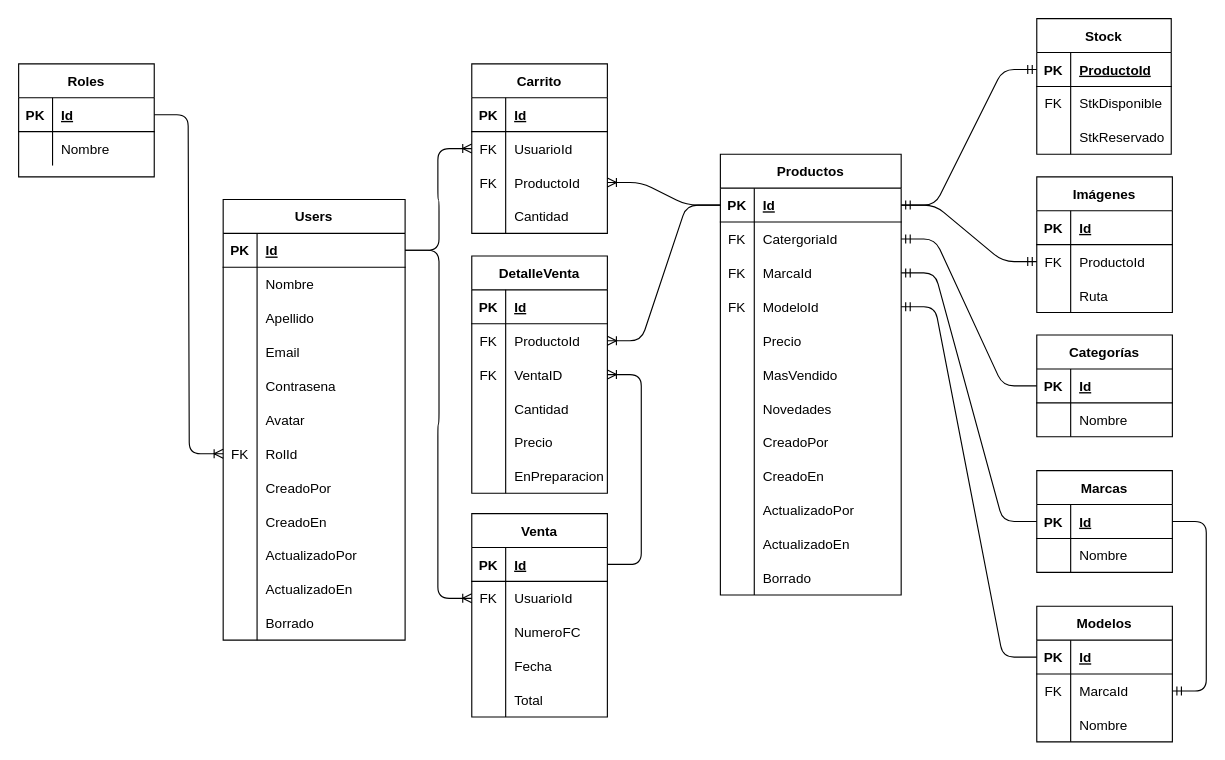
1120CDFSNCN29ARED/grupo-11 keeps this draw.io diagram as Marketplace/database/DiagramaBD.drawio. Above is the earlier version. Source tidied: cells renumbered, new cells numbered last; positions are measured from the earlier drawing's top-left corner, leaving out a move shared by most shapes. Both pictures are drawn from the tidied source at 113%, with x=0, y=0 at pixel (18, 18).
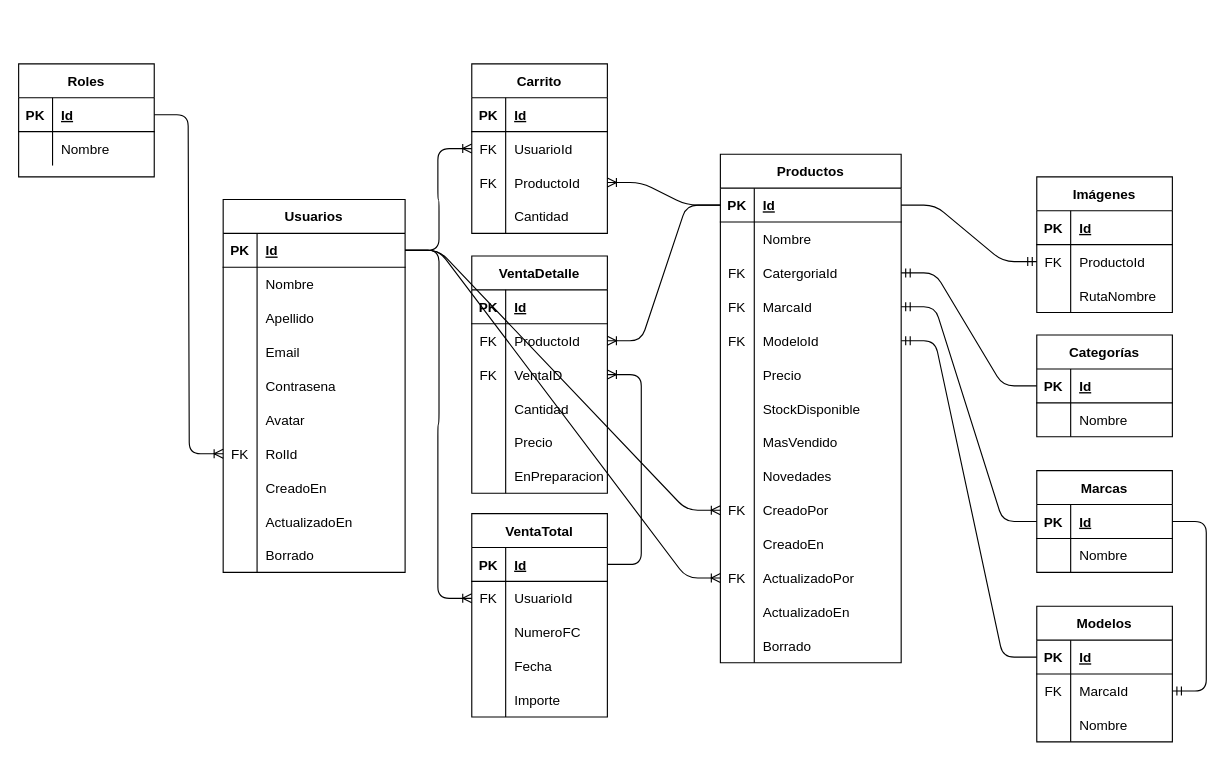
The same diagram, later.

The change refers to these unchanged cells:
```xml
<mxCell id="3" style="shape=partialRectangle;fillColor=none;top=0;left=0;bottom=1;right=0;points=[[0,0.5],[1,0.5]];portConstraint=eastwest;" parent="2" vertex="1">
  <mxGeometry y="30" width="161" height="30" as="geometry" />
</mxCell>
<mxCell id="47" style="shape=partialRectangle;fillColor=none;top=0;left=0;bottom=1;right=0;points=[[0,0.5],[1,0.5]];portConstraint=eastwest;" parent="46" vertex="1">
  <mxGeometry y="30" width="160" height="30" as="geometry" />
</mxCell>
<mxCell id="90" style="shape=partialRectangle;fillColor=none;top=0;left=0;bottom=0;right=0;" parent="83" vertex="1">
  <mxGeometry y="90" width="120" height="30" as="geometry" />
</mxCell>
<mxCell id="136" style="shape=partialRectangle;fillColor=none;top=0;left=0;bottom=0;right=0;" parent="123" vertex="1">
  <mxGeometry y="150" width="120" height="30" as="geometry" />
</mxCell>
```

The edit, as a diff of the source:
```diff
@@
-    <mxCell id="2" value="Users" style="shape=table;startSize=30;childLayout=tableLayout;rowLines=0;fontStyle=1;align=center;" parent="1" vertex="1">
-      <mxGeometry x="181" y="160" width="161" height="390" as="geometry" />
+    <mxCell id="2" value="Usuarios" style="shape=table;startSize=30;childLayout=tableLayout;rowLines=0;fontStyle=1;align=center;" parent="1" vertex="1">
+      <mxGeometry x="181" y="160" width="161" height="330" as="geometry" />
     </mxCell>
@@
-    <mxCell id="24" style="shape=partialRectangle;fillColor=none;top=0;left=0;bottom=0;right=0;" parent="2" vertex="1">
-      <mxGeometry y="240" width="161" height="30" as="geometry" />
-    </mxCell>
-    <mxCell id="25" style="shape=partialRectangle;fillColor=none;top=0;left=0;bottom=0;right=0;overflow=hidden;" parent="24" vertex="1">
-      <mxGeometry width="30" height="30" as="geometry" />
-    </mxCell>
-    <mxCell id="26" value="CreadoPor" style="shape=partialRectangle;fillColor=none;top=0;left=0;bottom=0;right=0;align=left;spacingLeft=6;overflow=hidden;" parent="24" vertex="1">
-      <mxGeometry x="30" width="131" height="30" as="geometry" />
-    </mxCell>
     <mxCell id="27" style="shape=partialRectangle;fillColor=none;top=0;left=0;bottom=0;right=0;" parent="2" vertex="1">
-      <mxGeometry y="270" width="161" height="30" as="geometry" />
+      <mxGeometry y="240" width="161" height="30" as="geometry" />
     </mxCell>
@@
-    <mxCell id="30" style="shape=partialRectangle;fillColor=none;top=0;left=0;bottom=0;right=0;" parent="2" vertex="1">
-      <mxGeometry y="300" width="161" height="30" as="geometry" />
-    </mxCell>
-    <mxCell id="31" style="shape=partialRectangle;fillColor=none;top=0;left=0;bottom=0;right=0;overflow=hidden;" parent="30" vertex="1">
-      <mxGeometry width="30" height="30" as="geometry" />
-    </mxCell>
-    <mxCell id="32" value="ActualizadoPor" style="shape=partialRectangle;fillColor=none;top=0;left=0;bottom=0;right=0;align=left;spacingLeft=6;overflow=hidden;" parent="30" vertex="1">
-      <mxGeometry x="30" width="131" height="30" as="geometry" />
-    </mxCell>
     <mxCell id="33" style="shape=partialRectangle;fillColor=none;top=0;left=0;bottom=0;right=0;" parent="2" vertex="1">
-      <mxGeometry y="330" width="161" height="30" as="geometry" />
+      <mxGeometry y="270" width="161" height="30" as="geometry" />
     </mxCell>
@@
     <mxCell id="36" style="shape=partialRectangle;fillColor=none;top=0;left=0;bottom=0;right=0;" parent="2" vertex="1">
-      <mxGeometry y="360" width="161" height="30" as="geometry" />
+      <mxGeometry y="300" width="161" height="30" as="geometry" />
     </mxCell>
@@
     <mxCell id="46" value="Productos" style="shape=table;startSize=30;childLayout=tableLayout;rowLines=0;fontStyle=1;align=center;" parent="1" vertex="1">
-      <mxGeometry x="621" y="120" width="160" height="390" as="geometry" />
+      <mxGeometry x="621" y="120" width="160" height="450" as="geometry" />
     </mxCell>
@@
+    <mxCell id="187" style="shape=partialRectangle;fillColor=none;top=0;left=0;bottom=0;right=0;" parent="46" vertex="1">
+      <mxGeometry y="60" width="160" height="30" as="geometry" />
+    </mxCell>
+    <mxCell id="188" style="shape=partialRectangle;fillColor=none;top=0;left=0;bottom=0;right=0;overflow=hidden;" parent="187" vertex="1">
+      <mxGeometry width="30" height="30" as="geometry" />
+    </mxCell>
+    <mxCell id="189" value="Nombre" style="shape=partialRectangle;fillColor=none;top=0;left=0;bottom=0;right=0;align=left;spacingLeft=6;overflow=hidden;" parent="187" vertex="1">
+      <mxGeometry x="30" width="130" height="30" as="geometry" />
+    </mxCell>
     <mxCell id="50" style="shape=partialRectangle;fillColor=none;top=0;left=0;bottom=0;right=0;points=[[0,0.5],[1,0.5]];portConstraint=eastwest;" parent="46" vertex="1">
-      <mxGeometry y="60" width="160" height="30" as="geometry" />
+      <mxGeometry y="90" width="160" height="30" as="geometry" />
     </mxCell>
@@
     <mxCell id="53" style="shape=partialRectangle;fillColor=none;top=0;left=0;bottom=0;right=0;points=[[0,0.5],[1,0.5]];portConstraint=eastwest;" parent="46" vertex="1">
-      <mxGeometry y="90" width="160" height="30" as="geometry" />
+      <mxGeometry y="120" width="160" height="30" as="geometry" />
     </mxCell>
@@
     <mxCell id="56" style="shape=partialRectangle;fillColor=none;top=0;left=0;bottom=0;right=0;points=[[0,0.5],[1,0.5]];portConstraint=eastwest;" parent="46" vertex="1">
-      <mxGeometry y="120" width="160" height="30" as="geometry" />
+      <mxGeometry y="150" width="160" height="30" as="geometry" />
     </mxCell>
@@
     <mxCell id="59" style="shape=partialRectangle;fillColor=none;top=0;left=0;bottom=0;right=0;" parent="46" vertex="1">
-      <mxGeometry y="150" width="160" height="30" as="geometry" />
+      <mxGeometry y="180" width="160" height="30" as="geometry" />
     </mxCell>
@@
+    <mxCell id="190" style="shape=partialRectangle;fillColor=none;top=0;left=0;bottom=0;right=0;" parent="46" vertex="1">
+      <mxGeometry y="210" width="160" height="30" as="geometry" />
+    </mxCell>
+    <mxCell id="191" style="shape=partialRectangle;fillColor=none;top=0;left=0;bottom=0;right=0;overflow=hidden;" parent="190" vertex="1">
+      <mxGeometry width="30" height="30" as="geometry" />
+    </mxCell>
+    <mxCell id="192" value="StockDisponible" style="shape=partialRectangle;fillColor=none;top=0;left=0;bottom=0;right=0;align=left;spacingLeft=6;overflow=hidden;" parent="190" vertex="1">
+      <mxGeometry x="30" width="130" height="30" as="geometry" />
+    </mxCell>
     <mxCell id="62" style="shape=partialRectangle;fillColor=none;top=0;left=0;bottom=0;right=0;" parent="46" vertex="1">
-      <mxGeometry y="180" width="160" height="30" as="geometry" />
+      <mxGeometry y="240" width="160" height="30" as="geometry" />
     </mxCell>
@@
     <mxCell id="65" style="shape=partialRectangle;fillColor=none;top=0;left=0;bottom=0;right=0;" parent="46" vertex="1">
-      <mxGeometry y="210" width="160" height="30" as="geometry" />
+      <mxGeometry y="270" width="160" height="30" as="geometry" />
     </mxCell>
@@
     <mxCell id="68" style="shape=partialRectangle;fillColor=none;top=0;left=0;bottom=0;right=0;points=[[0,0.5],[1,0.5]];portConstraint=eastwest;" parent="46" vertex="1">
-      <mxGeometry y="240" width="160" height="30" as="geometry" />
+      <mxGeometry y="300" width="160" height="30" as="geometry" />
     </mxCell>
-    <mxCell id="69" style="shape=partialRectangle;fillColor=none;top=0;left=0;bottom=0;right=0;overflow=hidden;" parent="68" vertex="1">
+    <mxCell id="69" value="FK" style="shape=partialRectangle;fillColor=none;top=0;left=0;bottom=0;right=0;overflow=hidden;" parent="68" vertex="1">
       <mxGeometry width="30" height="30" as="geometry" />
     </mxCell>
@@
     <mxCell id="71" style="shape=partialRectangle;fillColor=none;top=0;left=0;bottom=0;right=0;" parent="46" vertex="1">
-      <mxGeometry y="270" width="160" height="30" as="geometry" />
+      <mxGeometry y="330" width="160" height="30" as="geometry" />
     </mxCell>
@@
     <mxCell id="74" style="shape=partialRectangle;fillColor=none;top=0;left=0;bottom=0;right=0;points=[[0,0.5],[1,0.5]];portConstraint=eastwest;" parent="46" vertex="1">
-      <mxGeometry y="300" width="160" height="30" as="geometry" />
+      <mxGeometry y="360" width="160" height="30" as="geometry" />
     </mxCell>
-    <mxCell id="75" style="shape=partialRectangle;fillColor=none;top=0;left=0;bottom=0;right=0;overflow=hidden;" parent="74" vertex="1">
+    <mxCell id="75" value="FK" style="shape=partialRectangle;fillColor=none;top=0;left=0;bottom=0;right=0;overflow=hidden;" parent="74" vertex="1">
       <mxGeometry width="30" height="30" as="geometry" />
     </mxCell>
@@
     <mxCell id="77" style="shape=partialRectangle;fillColor=none;top=0;left=0;bottom=0;right=0;" parent="46" vertex="1">
-      <mxGeometry y="330" width="160" height="30" as="geometry" />
+      <mxGeometry y="390" width="160" height="30" as="geometry" />
     </mxCell>
@@
     <mxCell id="80" style="shape=partialRectangle;fillColor=none;top=0;left=0;bottom=0;right=0;" parent="46" vertex="1">
-      <mxGeometry y="360" width="160" height="30" as="geometry" />
+      <mxGeometry y="420" width="160" height="30" as="geometry" />
     </mxCell>
@@
-    <mxCell id="92" value="Ruta" style="shape=partialRectangle;fillColor=none;top=0;left=0;bottom=0;right=0;align=left;spacingLeft=6;overflow=hidden;" parent="90" vertex="1">
+    <mxCell id="92" value="RutaNombre" style="shape=partialRectangle;fillColor=none;top=0;left=0;bottom=0;right=0;align=left;spacingLeft=6;overflow=hidden;" parent="90" vertex="1">
       <mxGeometry x="30" width="90" height="30" as="geometry" />
     </mxCell>
@@
-    <mxCell id="123" value="Venta" style="shape=table;startSize=30;childLayout=tableLayout;rowLines=0;fontStyle=1;align=center;" parent="1" vertex="1">
+    <mxCell id="123" value="VentaTotal" style="shape=table;startSize=30;childLayout=tableLayout;rowLines=0;fontStyle=1;align=center;" parent="1" vertex="1">
       <mxGeometry x="401" y="438" width="120" height="180" as="geometry" />
     </mxCell>
@@
-    <mxCell id="138" value="Total" style="shape=partialRectangle;fillColor=none;top=0;left=0;bottom=0;right=0;align=left;spacingLeft=6;overflow=hidden;" parent="136" vertex="1">
+    <mxCell id="138" value="Importe" style="shape=partialRectangle;fillColor=none;top=0;left=0;bottom=0;right=0;align=left;spacingLeft=6;overflow=hidden;" parent="136" vertex="1">
       <mxGeometry x="30" width="90" height="30" as="geometry" />
     </mxCell>
-    <mxCell id="139" value="DetalleVenta" style="shape=table;startSize=30;childLayout=tableLayout;rowLines=0;fontStyle=1;align=center;" parent="1" vertex="1">
+    <mxCell id="139" value="VentaDetalle" style="shape=table;startSize=30;childLayout=tableLayout;rowLines=0;fontStyle=1;align=center;" parent="1" vertex="1">
       <mxGeometry x="401" y="210" width="120" height="210" as="geometry" />
     </mxCell>
@@
-    <mxCell id="176" value="Stock" style="shape=table;startSize=30;childLayout=tableLayout;rowLines=0;fontStyle=1;align=center;" parent="1" vertex="1">
-      <mxGeometry x="901" width="119" height="120" as="geometry" />
-    </mxCell>
-    <mxCell id="177" style="shape=partialRectangle;fillColor=none;top=0;left=0;bottom=1;right=0;points=[[0,0.5],[1,0.5]];portConstraint=eastwest;" parent="176" vertex="1">
-      <mxGeometry y="30" width="119" height="30" as="geometry" />
-    </mxCell>
-    <mxCell id="178" value="PK" style="shape=partialRectangle;fillColor=none;top=0;left=0;bottom=0;right=0;fontStyle=1;overflow=hidden;" parent="177" vertex="1">
-      <mxGeometry width="30" height="30" as="geometry" />
-    </mxCell>
-    <mxCell id="179" value="ProductoId" style="shape=partialRectangle;fillColor=none;top=0;left=0;bottom=0;right=0;align=left;spacingLeft=6;fontStyle=5;overflow=hidden;" parent="177" vertex="1">
-      <mxGeometry x="30" width="89" height="30" as="geometry" />
-    </mxCell>
-    <mxCell id="180" style="shape=partialRectangle;fillColor=none;top=0;left=0;bottom=0;right=0;" parent="176" vertex="1">
-      <mxGeometry y="60" width="119" height="30" as="geometry" />
-    </mxCell>
-    <mxCell id="181" value="FK" style="shape=partialRectangle;fillColor=none;top=0;left=0;bottom=0;right=0;overflow=hidden;" parent="180" vertex="1">
-      <mxGeometry width="30" height="30" as="geometry" />
-    </mxCell>
-    <mxCell id="182" value="StkDisponible" style="shape=partialRectangle;fillColor=none;top=0;left=0;bottom=0;right=0;align=left;spacingLeft=6;overflow=hidden;" parent="180" vertex="1">
-      <mxGeometry x="30" width="89" height="30" as="geometry" />
-    </mxCell>
-    <mxCell id="183" style="shape=partialRectangle;fillColor=none;top=0;left=0;bottom=0;right=0;" parent="176" vertex="1">
-      <mxGeometry y="90" width="119" height="30" as="geometry" />
-    </mxCell>
-    <mxCell id="184" style="shape=partialRectangle;fillColor=none;top=0;left=0;bottom=0;right=0;overflow=hidden;" parent="183" vertex="1">
-      <mxGeometry width="30" height="30" as="geometry" />
-    </mxCell>
-    <mxCell id="185" value="StkReservado" style="shape=partialRectangle;fillColor=none;top=0;left=0;bottom=0;right=0;align=left;spacingLeft=6;overflow=hidden;" parent="183" vertex="1">
-      <mxGeometry x="30" width="89" height="30" as="geometry" />
-    </mxCell>
-    <mxCell id="186" style="edgeStyle=entityRelationEdgeStyle;fontSize=12;html=1;endArrow=ERmandOne;startArrow=ERmandOne;" parent="1" edge="1" source="177" target="47">
-      <mxGeometry relative="1" as="geometry" />
-    </mxCell>
+    <mxCell id="193" style="edgeStyle=entityRelationEdgeStyle;fontSize=12;html=1;endArrow=ERoneToMany;" parent="1" edge="1" source="3" target="68">
+      <mxGeometry relative="1" as="geometry" />
+    </mxCell>
+    <mxCell id="194" style="edgeStyle=entityRelationEdgeStyle;fontSize=12;html=1;endArrow=ERoneToMany;exitX=1;exitY=0.5;exitDx=0;exitDy=0;" parent="1" edge="1" source="3" target="74">
+      <mxGeometry relative="1" as="geometry" />
+    </mxCell>
```
